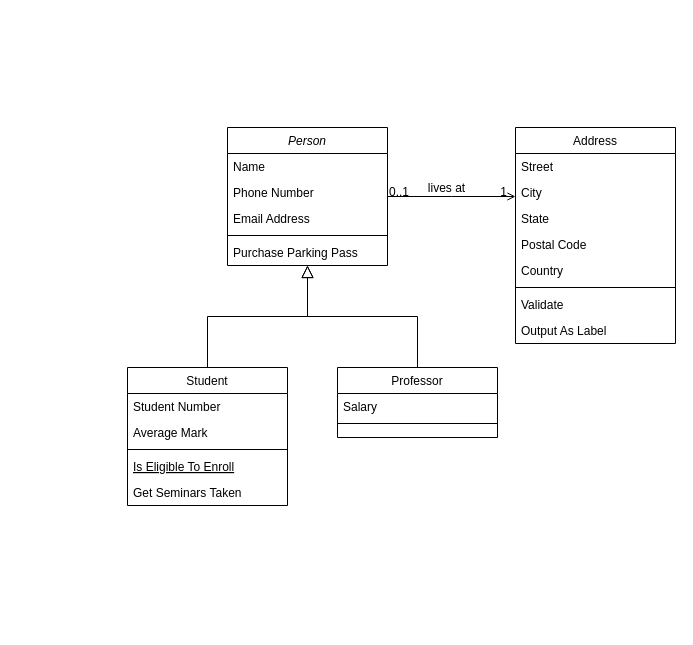
The draw.io diagram _Documents/제목 없는 다이어그램.drawio in charles6919/PrimitiveSurvival, before the edit. Source tidied: cells renumbered, new cells numbered last; positions are measured from the earlier drawing's top-left corner, leaving out a move shared by most shapes. Both pictures are drawn from the tidied source at 100%, with x=0, y=0 at pixel (127, 127).
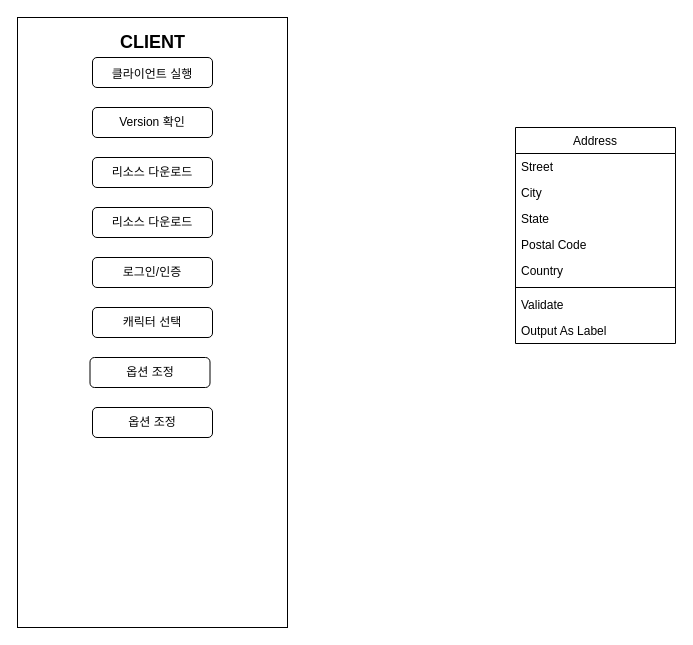
After the change.

The change refers to these unchanged cells:
```xml
<mxCell id="19" value="Address" style="swimlane;fontStyle=0;align=center;verticalAlign=top;horizontal=1;startSize=26;rounded=0;shadow=0;strokeWidth=1;" parent="1" vertex="1">
  <mxGeometry x="388" width="160" height="216" as="geometry" />
</mxCell>
```

Diff of the diagram source:
```diff
@@
-    <mxCell id="2" value="Person" style="swimlane;fontStyle=2;align=center;verticalAlign=top;horizontal=1;startSize=26;rounded=0;shadow=0;strokeWidth=1;" parent="1" vertex="1">
-      <mxGeometry x="100" width="160" height="138" as="geometry" />
-    </mxCell>
-    <mxCell id="3" value="Name" style="text;align=left;verticalAlign=top;spacingLeft=4;spacingRight=4;overflow=hidden;" parent="2" vertex="1">
-      <mxGeometry y="26" width="160" height="26" as="geometry" />
-    </mxCell>
-    <mxCell id="4" value="Phone Number" style="text;align=left;verticalAlign=top;spacingLeft=4;spacingRight=4;overflow=hidden;rounded=0;shadow=0;html=0;" parent="2" vertex="1">
-      <mxGeometry y="52" width="160" height="26" as="geometry" />
-    </mxCell>
-    <mxCell id="5" value="Email Address" style="text;align=left;verticalAlign=top;spacingLeft=4;spacingRight=4;overflow=hidden;rounded=0;shadow=0;html=0;" parent="2" vertex="1">
-      <mxGeometry y="78" width="160" height="26" as="geometry" />
-    </mxCell>
-    <mxCell id="6" style="line;html=1;strokeWidth=1;align=left;verticalAlign=middle;spacingTop=-1;spacingLeft=3;spacingRight=3;labelPosition=right;" parent="2" vertex="1">
-      <mxGeometry y="104" width="160" height="8" as="geometry" />
-    </mxCell>
-    <mxCell id="7" value="Purchase Parking Pass" style="text;align=left;verticalAlign=top;spacingLeft=4;spacingRight=4;overflow=hidden;" parent="2" vertex="1">
-      <mxGeometry y="112" width="160" height="26" as="geometry" />
-    </mxCell>
-    <mxCell id="8" value="Student" style="swimlane;fontStyle=0;align=center;verticalAlign=top;horizontal=1;startSize=26;rounded=0;shadow=0;strokeWidth=1;" parent="1" vertex="1">
-      <mxGeometry y="240" width="160" height="138" as="geometry" />
-    </mxCell>
-    <mxCell id="9" value="Student Number" style="text;align=left;verticalAlign=top;spacingLeft=4;spacingRight=4;overflow=hidden;" parent="8" vertex="1">
-      <mxGeometry y="26" width="160" height="26" as="geometry" />
-    </mxCell>
-    <mxCell id="10" value="Average Mark" style="text;align=left;verticalAlign=top;spacingLeft=4;spacingRight=4;overflow=hidden;rounded=0;shadow=0;html=0;" parent="8" vertex="1">
-      <mxGeometry y="52" width="160" height="26" as="geometry" />
-    </mxCell>
-    <mxCell id="11" style="line;html=1;strokeWidth=1;align=left;verticalAlign=middle;spacingTop=-1;spacingLeft=3;spacingRight=3;labelPosition=right;" parent="8" vertex="1">
-      <mxGeometry y="78" width="160" height="8" as="geometry" />
-    </mxCell>
-    <mxCell id="12" value="Is Eligible To Enroll" style="text;align=left;verticalAlign=top;spacingLeft=4;spacingRight=4;overflow=hidden;fontStyle=4;" parent="8" vertex="1">
-      <mxGeometry y="86" width="160" height="26" as="geometry" />
-    </mxCell>
-    <mxCell id="13" value="Get Seminars Taken" style="text;align=left;verticalAlign=top;spacingLeft=4;spacingRight=4;overflow=hidden;" parent="8" vertex="1">
-      <mxGeometry y="112" width="160" height="26" as="geometry" />
-    </mxCell>
-    <mxCell id="14" style="endArrow=block;endSize=10;endFill=0;shadow=0;strokeWidth=1;rounded=0;edgeStyle=elbowEdgeStyle;elbow=vertical;" parent="1" edge="1" source="8" target="2">
-      <mxGeometry relative="1" as="geometry" />
-    </mxCell>
-    <mxCell id="15" value="Professor" style="swimlane;fontStyle=0;align=center;verticalAlign=top;horizontal=1;startSize=26;rounded=0;shadow=0;strokeWidth=1;" parent="1" vertex="1">
-      <mxGeometry x="210" y="240" width="160" height="70" as="geometry" />
-    </mxCell>
-    <mxCell id="16" value="Salary" style="text;align=left;verticalAlign=top;spacingLeft=4;spacingRight=4;overflow=hidden;" parent="15" vertex="1">
-      <mxGeometry y="26" width="160" height="26" as="geometry" />
-    </mxCell>
-    <mxCell id="17" style="line;html=1;strokeWidth=1;align=left;verticalAlign=middle;spacingTop=-1;spacingLeft=3;spacingRight=3;labelPosition=right;" parent="15" vertex="1">
-      <mxGeometry y="52" width="160" height="8" as="geometry" />
-    </mxCell>
-    <mxCell id="18" style="endArrow=block;endSize=10;endFill=0;shadow=0;strokeWidth=1;rounded=0;edgeStyle=elbowEdgeStyle;elbow=vertical;" parent="1" edge="1" source="15" target="2">
-      <mxGeometry relative="1" as="geometry" />
-    </mxCell>
@@
-    <mxCell id="28" style="endArrow=open;shadow=0;strokeWidth=1;rounded=0;endFill=1;edgeStyle=elbowEdgeStyle;elbow=vertical;" parent="1" edge="1" source="2" target="19">
-      <mxGeometry x="0.5" y="41" relative="1" as="geometry">
-        <mxPoint x="-40" y="32" as="offset" />
-      </mxGeometry>
-    </mxCell>
-    <mxCell id="29" value="0..1" style="align=left;verticalAlign=bottom;labelBackgroundColor=none;fontSize=12;" parent="28" vertex="1">
-      <mxGeometry x="-1" relative="1" as="geometry">
-        <mxPoint y="4" as="offset" />
-      </mxGeometry>
-    </mxCell>
-    <mxCell id="30" value="1" style="align=right;verticalAlign=bottom;labelBackgroundColor=none;fontSize=12;" parent="28" vertex="1">
-      <mxGeometry x="1" relative="1" as="geometry">
-        <mxPoint x="-7" y="4" as="offset" />
-      </mxGeometry>
-    </mxCell>
-    <mxCell id="31" value="lives at" style="text;html=1;align=center;verticalAlign=middle;labelBackgroundColor=none;rounded=0;shadow=0;strokeWidth=1;fontSize=12;" parent="28" vertex="1">
-      <mxGeometry x="0.5" y="49" relative="1" as="geometry">
-        <mxPoint x="-38" y="40" as="offset" />
-      </mxGeometry>
-    </mxCell>
+    <mxCell id="32" style="rounded=0;whiteSpace=wrap;html=1;" parent="1" vertex="1">
+      <mxGeometry x="-110" y="-110" width="270" height="610" as="geometry" />
+    </mxCell>
+    <mxCell id="33" value="&lt;b&gt;&lt;font style=&quot;font-size: 18px;&quot;&gt;CLIENT&lt;/font&gt;&lt;/b&gt;" style="text;html=1;strokeColor=none;fillColor=none;align=center;verticalAlign=middle;whiteSpace=wrap;rounded=0;" parent="1" vertex="1">
+      <mxGeometry x="-32.5" y="-100" width="115" height="30" as="geometry" />
+    </mxCell>
+    <mxCell id="34" value="&lt;font style=&quot;font-size: 12px;&quot;&gt;클라이언트 실행&lt;/font&gt;" style="rounded=1;whiteSpace=wrap;html=1;fontSize=18;" parent="1" vertex="1">
+      <mxGeometry x="-35" y="-70" width="120" height="30" as="geometry" />
+    </mxCell>
+    <mxCell id="35" value="Version 확인" style="rounded=1;whiteSpace=wrap;html=1;fontSize=12;imageWidth=24;imageHeight=24;" parent="1" vertex="1">
+      <mxGeometry x="-35" y="-20" width="120" height="30" as="geometry" />
+    </mxCell>
+    <mxCell id="36" value="리소스 다운로드" style="rounded=1;whiteSpace=wrap;html=1;fontSize=12;imageWidth=24;imageHeight=24;" parent="1" vertex="1">
+      <mxGeometry x="-35" y="30" width="120" height="30" as="geometry" />
+    </mxCell>
+    <mxCell id="37" value="리소스 다운로드" style="rounded=1;whiteSpace=wrap;html=1;fontSize=12;imageWidth=24;imageHeight=24;" parent="1" vertex="1">
+      <mxGeometry x="-35" y="80" width="120" height="30" as="geometry" />
+    </mxCell>
+    <mxCell id="38" value="로그인/인증" style="rounded=1;whiteSpace=wrap;html=1;fontSize=12;imageWidth=24;imageHeight=24;" parent="1" vertex="1">
+      <mxGeometry x="-35" y="130" width="120" height="30" as="geometry" />
+    </mxCell>
+    <mxCell id="39" value="캐릭터 선택" style="rounded=1;whiteSpace=wrap;html=1;fontSize=12;imageWidth=24;imageHeight=24;" parent="1" vertex="1">
+      <mxGeometry x="-35" y="180" width="120" height="30" as="geometry" />
+    </mxCell>
+    <mxCell id="40" value="옵션 조정" style="rounded=1;whiteSpace=wrap;html=1;fontSize=12;imageWidth=24;imageHeight=24;" parent="1" vertex="1">
+      <mxGeometry x="-37.5" y="230" width="120" height="30" as="geometry" />
+    </mxCell>
+    <mxCell id="41" value="옵션 조정" style="rounded=1;whiteSpace=wrap;html=1;fontSize=12;imageWidth=24;imageHeight=24;" parent="1" vertex="1">
+      <mxGeometry x="-35" y="280" width="120" height="30" as="geometry" />
+    </mxCell>
```
